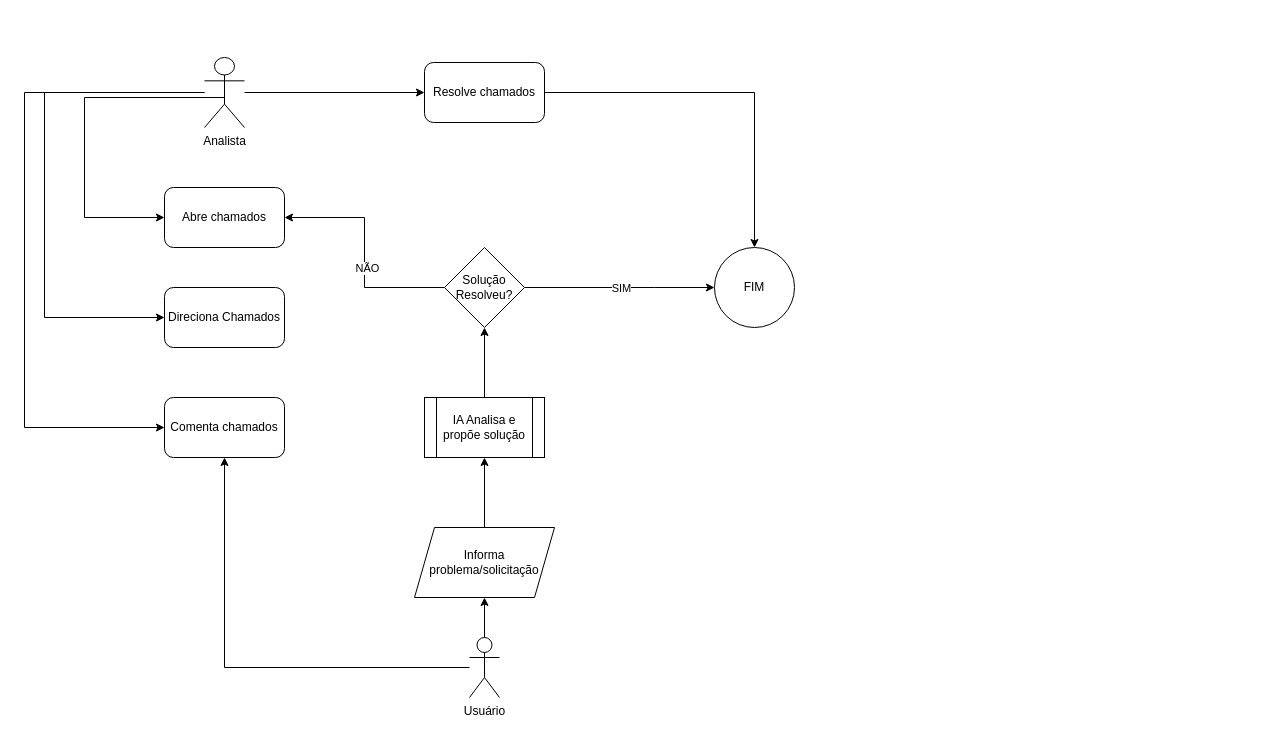
pablovr1000/pabloSistema keeps this draw.io diagram as pabloSistema.drawio. Above is the earlier version. Source tidied: cells renumbered, new cells numbered last; positions are measured from the earlier drawing's top-left corner, leaving out a move shared by most shapes. Both pictures are drawn from the tidied source at 100%, with x=0, y=0 at pixel (24, 57).
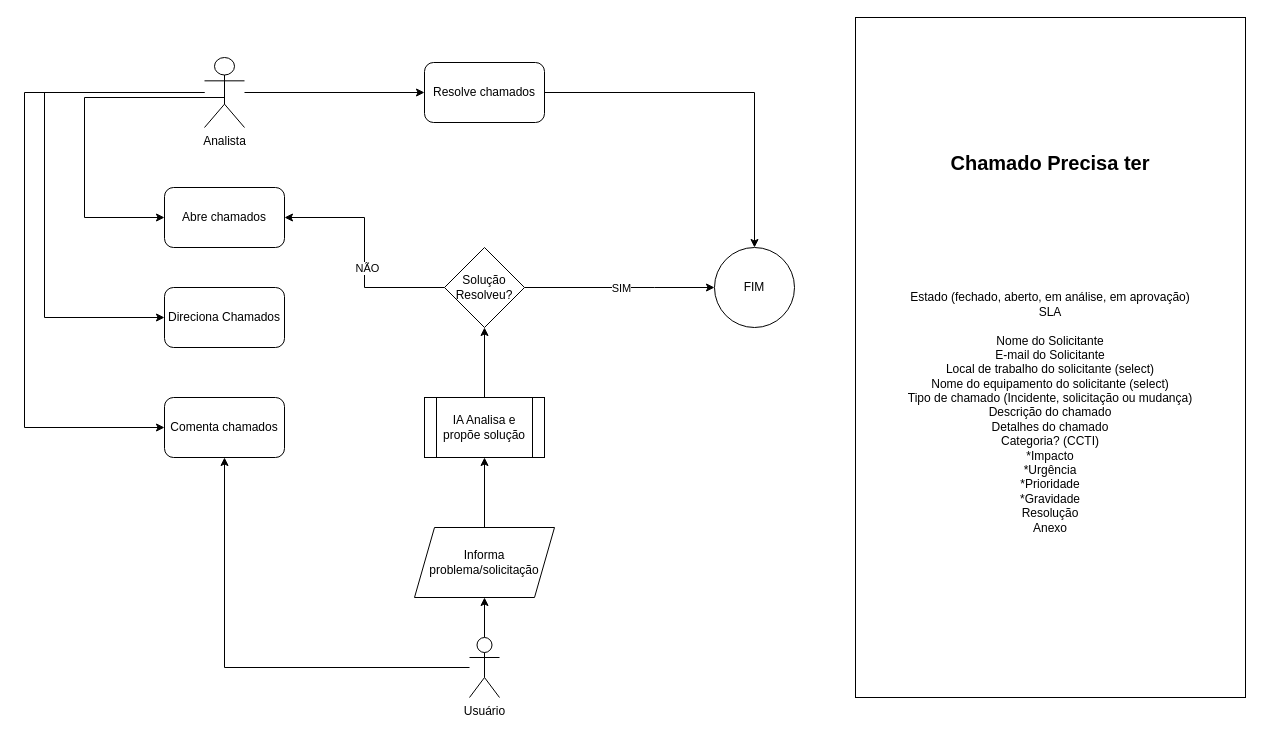
The same diagram, later.

The edit, as a diff of the source:
```diff
@@
+    <mxCell id="25" value="&lt;font style=&quot;font-size: 20px;&quot;&gt;&lt;b&gt;Chamado Precisa ter&lt;/b&gt;&lt;/font&gt;&lt;div&gt;&lt;br&gt;&lt;/div&gt;&lt;div&gt;&lt;br&gt;&lt;/div&gt;&lt;div&gt;&lt;br&gt;&lt;/div&gt;&lt;div&gt;&lt;br&gt;&lt;/div&gt;&lt;div&gt;&lt;br&gt;&lt;/div&gt;&lt;div&gt;&lt;br&gt;&lt;/div&gt;&lt;div&gt;&lt;br&gt;&lt;/div&gt;&lt;div&gt;&lt;br&gt;&lt;/div&gt;&lt;div&gt;Estado (fechado, aberto, em análise, em aprovação)&lt;br&gt;&lt;div&gt;SLA&lt;/div&gt;&lt;div&gt;&lt;br&gt;&lt;/div&gt;&lt;div&gt;Nome do Solicitante&lt;/div&gt;&lt;div&gt;E-mail do Solicitante&lt;/div&gt;&lt;div&gt;Local de trabalho do solicitante (select)&lt;/div&gt;&lt;div&gt;Nome do equipamento do solicitante (select)&lt;/div&gt;&lt;div&gt;Tipo de chamado (Incidente, solicitação ou mudança)&lt;br&gt;&lt;/div&gt;&lt;div&gt;Descrição do chamado&lt;/div&gt;&lt;div&gt;Detalhes do chamado&lt;/div&gt;&lt;div&gt;Categoria? (CCTI)&lt;/div&gt;&lt;div&gt;*Impacto&lt;/div&gt;&lt;div&gt;*Urgência&lt;/div&gt;&lt;div&gt;*Prioridade&lt;/div&gt;&lt;div&gt;*Gravidade&lt;/div&gt;&lt;div&gt;Resolução&lt;/div&gt;&lt;div&gt;Anexo&lt;/div&gt;&lt;div&gt;&lt;br&gt;&lt;/div&gt;&lt;div&gt;&lt;br&gt;&lt;/div&gt;&lt;/div&gt;" style="rounded=0;whiteSpace=wrap;html=1;" parent="1" vertex="1">
+      <mxGeometry x="831" y="-40" width="390" height="680" as="geometry" />
+    </mxCell>
```
